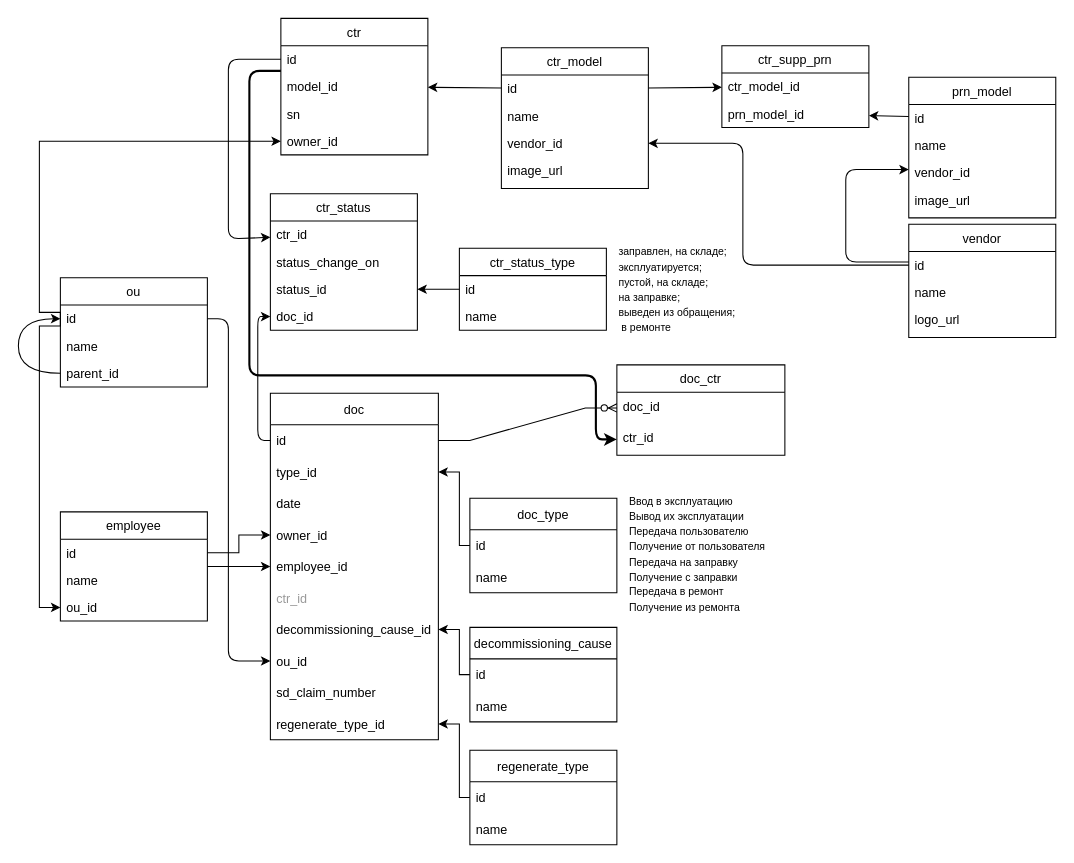
Before: docs/cartridge_accounting.drawio in IgorTkachuk/caartridge_accounting, a draw.io diagram. Source tidied: cells renumbered, new cells numbered last; positions are measured from the earlier drawing's top-left corner, leaving out a move shared by most shapes. Both pictures are drawn from the tidied source at 105%, with x=0, y=0 at pixel (18, 18).
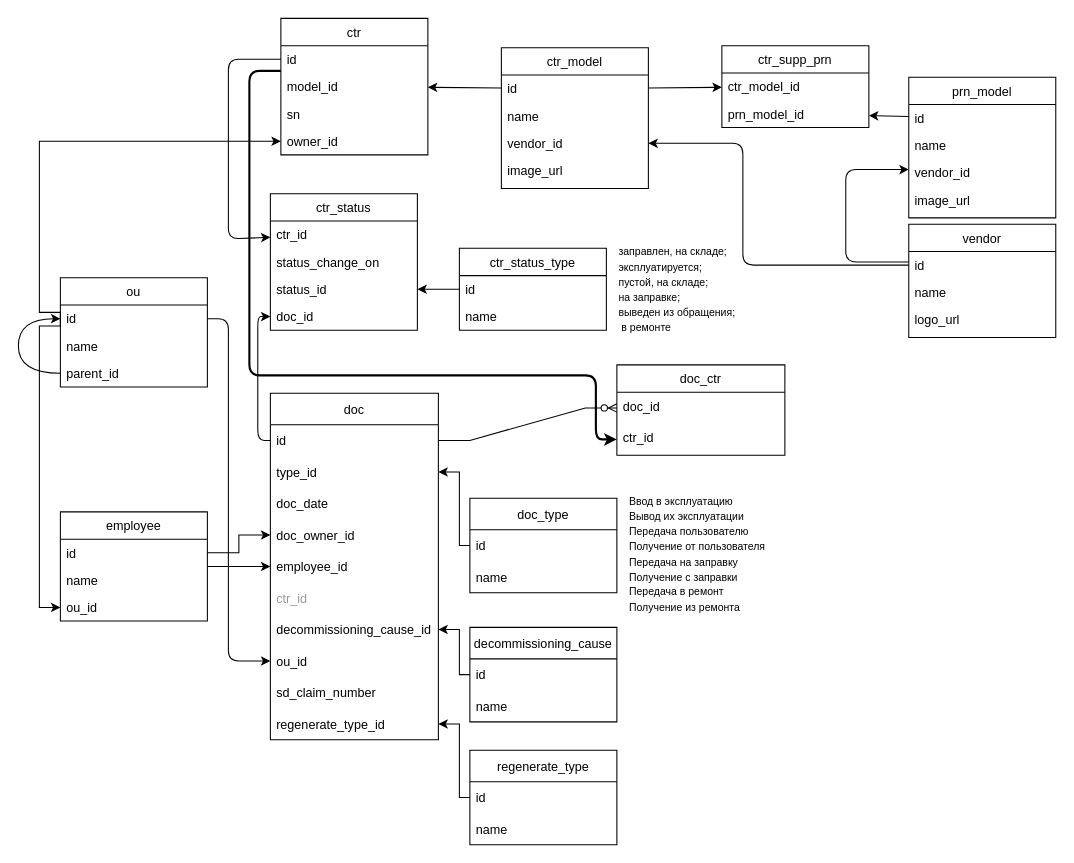
Above is the later version.

Commit message:
refactor doc table in db schema diagram

The change refers to these unchanged cells:
```xml
<mxCell id="52" value="doc" style="swimlane;fontStyle=0;horizontal=1;startSize=30;" parent="1" vertex="1">
  <mxGeometry x="240" y="357" width="160" height="330" as="geometry" />
</mxCell>
```

What changed in the source:
```diff
@@
-    <mxCell id="55" value="date" style="text;strokeColor=none;fillColor=none;align=left;verticalAlign=middle;spacingLeft=4;spacingRight=4;overflow=hidden;" parent="52" vertex="1">
+    <mxCell id="55" value="doc_date" style="text;strokeColor=none;fillColor=none;align=left;verticalAlign=middle;spacingLeft=4;spacingRight=4;overflow=hidden;" parent="52" vertex="1">
       <mxGeometry y="90" width="160" height="30" as="geometry" />
     </mxCell>
-    <mxCell id="56" value="owner_id" style="text;strokeColor=none;fillColor=none;align=left;verticalAlign=middle;spacingLeft=4;spacingRight=4;overflow=hidden;points=[[0,0.5],[1,0.5]];portConstraint=eastwest;" parent="52" vertex="1">
+    <mxCell id="56" value="doc_owner_id" style="text;strokeColor=none;fillColor=none;align=left;verticalAlign=middle;spacingLeft=4;spacingRight=4;overflow=hidden;points=[[0,0.5],[1,0.5]];portConstraint=eastwest;" parent="52" vertex="1">
       <mxGeometry y="120" width="160" height="30" as="geometry" />
     </mxCell>
```
